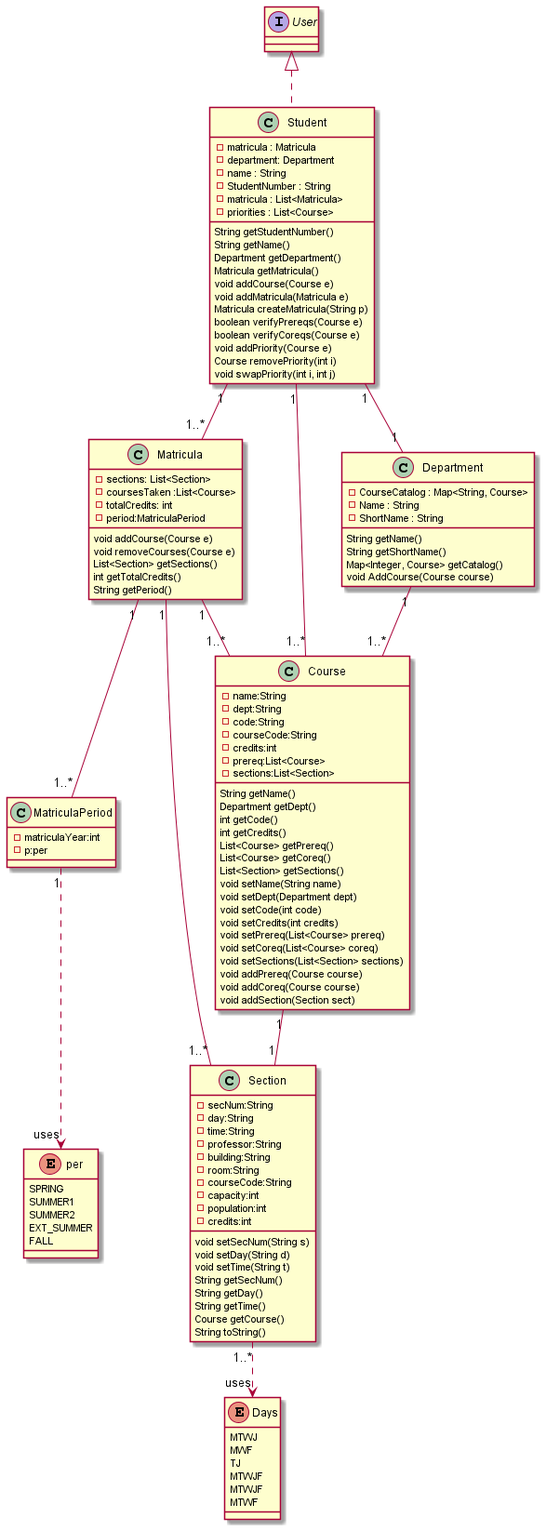
uprm-inso-4101-2020-2021-S1/semester-project-almond-software-llc keeps this PlantUML diagram as out/front-end/src/classDiagram/classDiagram.png. Above is the earlier version.
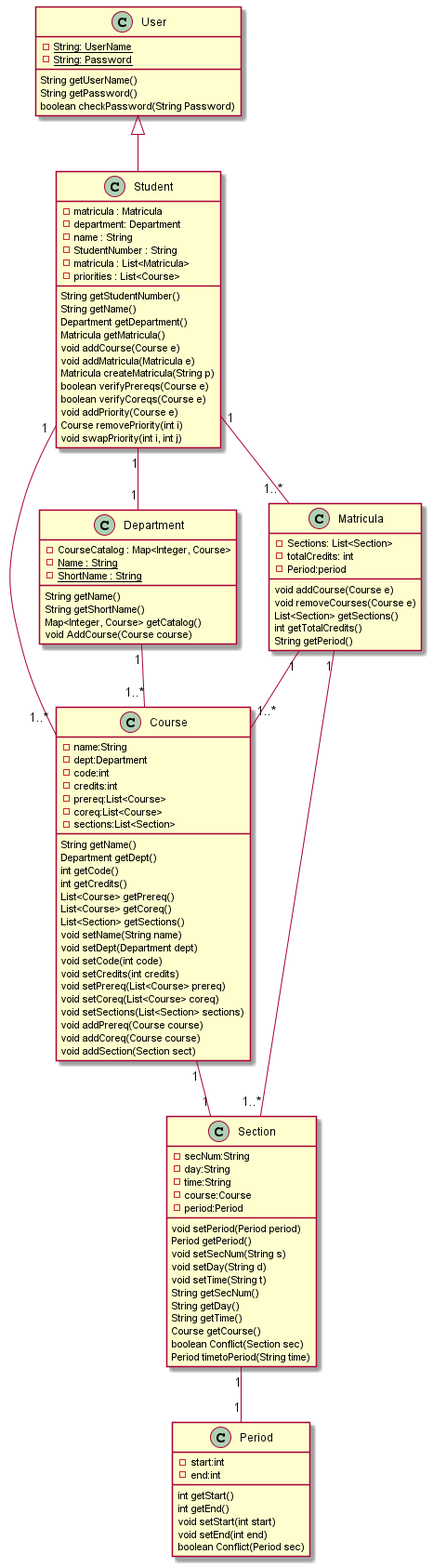
The same diagram one commit later.

Commit message:
redid diagram for the 100th time

Change to the diagram source:
```diff
@@ -1,6 +1,4 @@
 @startuml classDiagram
-MatriculaPeriod "1" -[dashed]-> "uses" per
-Section "1..*" -[dashed]-> "uses" Days
 Student "1" -- "1..*" Matricula
 Student "1" -- "1..*" Course
 Student "1" -- "1" Department
@@ -8,9 +6,17 @@
 Matricula "1" -- "1..*" Section
 Matricula "1" -- "1..*" Course
 Course "1" -- "1" Section
-Matricula "1" -- "1..*" MatriculaPeriod
+Section "1" -- "1" Period
 
-Class Student implements User{
+class User{
+    -{static}String: UserName
+    -{static}String: Password
+    String getUserName()
+    String getPassword()
+    boolean checkPassword(String Password)
+
+}
+Class Student extends User{
     -matricula : Matricula
     -department: Department
     -name : String
@@ -31,9 +37,9 @@
     void swapPriority(int i, int j)
 }
 Class Department {
-    -CourseCatalog : Map<String, Course>
-    -Name : String
-    -ShortName : String
+    -CourseCatalog : Map<Integer, Course>
+    -{static}Name : String
+    -{static}ShortName : String
     String getName()
     String getShortName()
     Map<Integer, Course> getCatalog()
@@ -41,10 +47,9 @@
 
 }
 Class Matricula{
-    -sections: List<Section>
-    -coursesTaken :List<Course>
+    -Sections: List<Section>
     -totalCredits: int
-    -period:MatriculaPeriod
+    -Period:period
     void addCourse(Course e)
     void removeCourses(Course e)
     List<Section> getSections()
@@ -52,24 +57,13 @@
     String getPeriod()
 
 }
-class MatriculaPeriod{
-    -matriculaYear:int
-    -p:per
-}
-enum per{
-    SPRING
-    SUMMER1
-    SUMMER2
-    EXT_SUMMER
-    FALL
-}
 Class Course{
     -name:String
-    -dept:String
-    -code:String
-    -courseCode:String
+    -dept:Department
+    -code:int
     -credits:int
     -prereq:List<Course>
+    -coreq:List<Course>
     -sections:List<Section>
     String getName()
     Department getDept()
@@ -93,13 +87,10 @@
     -secNum:String
     -day:String
     -time:String
-    -professor:String
-    -building:String
-    -room:String
-    -courseCode:String
-    -capacity:int
-    -population:int
-    -credits:int
+    -course:Course
+    -period:Period
+    void setPeriod(Period period)
+    Period getPeriod()
     void setSecNum(String s)
     void setDay(String d)
     void setTime(String t)
@@ -107,15 +98,16 @@
     String getDay()
     String getTime()
     Course getCourse()
-    String toString()
+    boolean Conflict(Section sec)
+    Period timetoPeriod(String time)
 }
-enum Days{
-    MTWJ
-    MWF
-    TJ
-    MTWJF
-    MTWJF
-    MTWF
-
+Class Period{
+    -start:int
+    -end:int
+    int getStart()
+    int getEnd()
+    void setStart(int start)
+    void setEnd(int end)
+    boolean Conflict(Period sec)
 }
 @enduml
```
